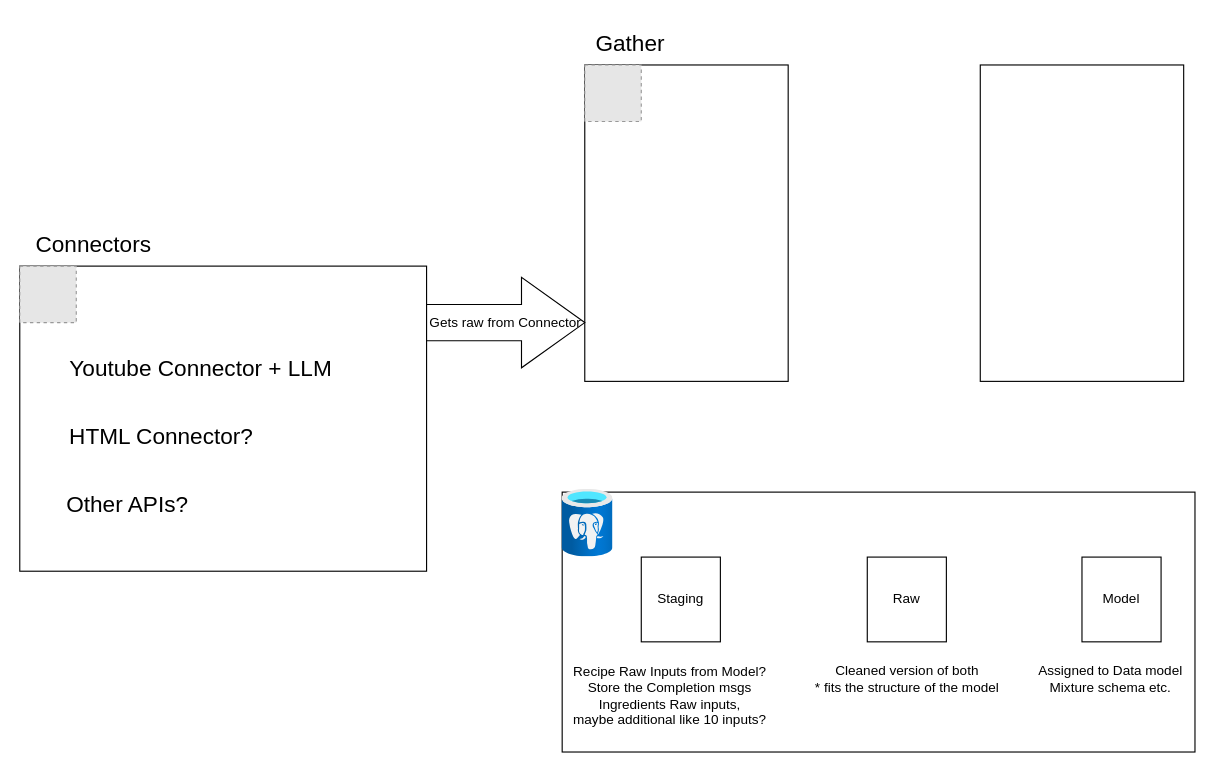
Above: page "Page-2" (2 of 2) of Planning/FoodAppIdea.drawio in TimHoogervorst/Food (draw.io), before the change. Source tidied: cells renumbered, new cells numbered last; positions are measured from the earlier drawing's top-left corner, leaving out a move shared by most shapes. Both pictures are drawn from the tidied source at 113%, with x=0, y=0 at pixel (19, 19). Pictures stored in the file or linked from it are replaced by grey dashed boxes.
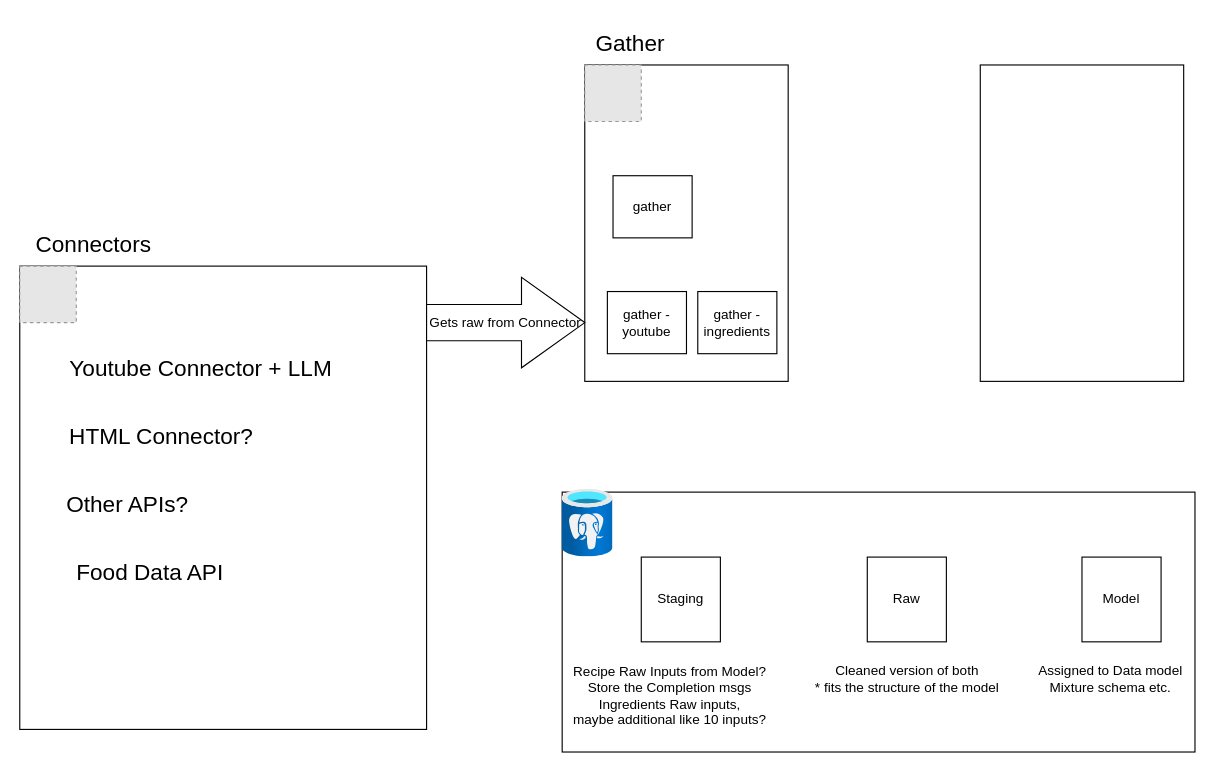
The same diagram, later.

Change to the diagram source:
```diff
@@
     <mxCell id="14" style="whiteSpace=wrap;html=1;fillColor=none;" parent="1" vertex="1">
-      <mxGeometry y="218" width="360" height="270" as="geometry" />
+      <mxGeometry y="218" width="360" height="410" as="geometry" />
     </mxCell>
@@
+    <mxCell id="21" value="gather" style="whiteSpace=wrap;html=1;" parent="1" vertex="1">
+      <mxGeometry x="525" y="138" width="70" height="55" as="geometry" />
+    </mxCell>
+    <mxCell id="22" value="gather - youtube" style="whiteSpace=wrap;html=1;" parent="1" vertex="1">
+      <mxGeometry x="520" y="240.5" width="70" height="55" as="geometry" />
+    </mxCell>
+    <mxCell id="23" value="&lt;font style=&quot;font-size: 20px;&quot;&gt;Food Data API&lt;/font&gt;" style="text;html=1;align=center;verticalAlign=middle;strokeColor=none;fillColor=none;" parent="1" vertex="1">
+      <mxGeometry x="40" y="468" width="150" height="40" as="geometry" />
+    </mxCell>
+    <mxCell id="24" value="gather - ingredients" style="whiteSpace=wrap;html=1;" parent="1" vertex="1">
+      <mxGeometry x="600" y="240.5" width="70" height="55" as="geometry" />
+    </mxCell>
```
